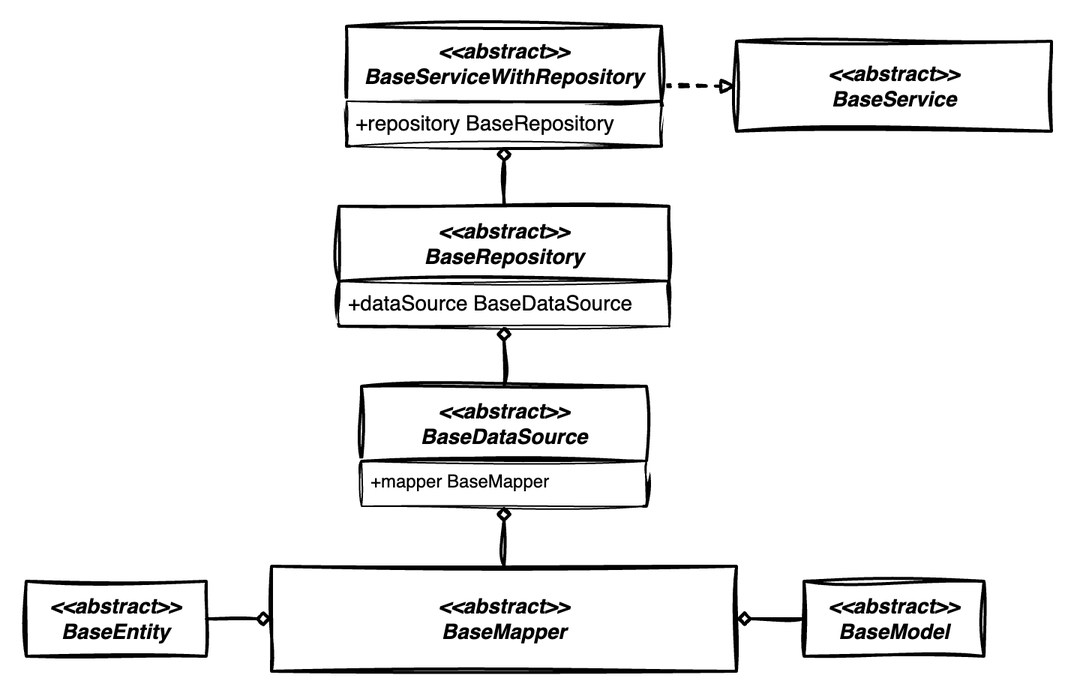
The draw.io diagram core.drawio.png in hamed-rezaee/flutter_component_architecture_poc, before a commit. Source tidied: cells renumbered, new cells last; positions are measured from the earlier drawing's top-left corner, leaving out a move shared by most shapes. The source it was exported from:
```xml
<mxGraphModel>
  <root>
    <mxCell id="0" />
    <mxCell id="1" parent="0" />
    <mxCell id="2" style="edgeStyle=orthogonalEdgeStyle;rounded=0;jettySize=auto;html=1;exitX=0;exitY=0.5;exitDx=0;exitDy=0;entryX=1;entryY=0.5;entryDx=0;entryDy=0;endArrow=diamond;endFill=0;sketch=1;curveFitting=1;jiggle=2;strokeWidth=2;" parent="1" edge="1" source="3" target="6">
      <mxGeometry relative="1" as="geometry" />
    </mxCell>
    <mxCell id="3" value="&lt;b style=&quot;border-color: var(--border-color);&quot;&gt;&lt;i style=&quot;border-color: var(--border-color);&quot;&gt;&amp;lt;&amp;lt;abstract&amp;gt;&amp;gt;&lt;br&gt;&lt;/i&gt;&lt;/b&gt;&lt;b&gt;&lt;i&gt;&lt;font style=&quot;font-size: 14px;&quot;&gt;BaseModel&lt;/font&gt;&lt;/i&gt;&lt;/b&gt;" style="rounded=0;whiteSpace=wrap;html=1;sketch=1;curveFitting=1;jiggle=2;fontSize=14;fontStyle=0;startSize=50;strokeWidth=2;shadow=0;dashed=0;arcSize=4;" parent="1" vertex="1">
      <mxGeometry x="518.5" y="370" width="120" height="50" as="geometry" />
    </mxCell>
    <mxCell id="4" style="edgeStyle=orthogonalEdgeStyle;rounded=0;jettySize=auto;html=1;exitX=1;exitY=0.5;exitDx=0;exitDy=0;entryX=0;entryY=0.5;entryDx=0;entryDy=0;endArrow=diamond;endFill=0;sketch=1;curveFitting=1;jiggle=2;strokeWidth=2;" parent="1" edge="1" source="5" target="6">
      <mxGeometry relative="1" as="geometry" />
    </mxCell>
    <mxCell id="5" value="&lt;b style=&quot;border-color: var(--border-color);&quot;&gt;&lt;i style=&quot;border-color: var(--border-color);&quot;&gt;&amp;lt;&amp;lt;abstract&amp;gt;&amp;gt;&lt;br&gt;&lt;/i&gt;&lt;/b&gt;&lt;b&gt;&lt;i&gt;&lt;font style=&quot;font-size: 14px;&quot;&gt;BaseEntity&lt;/font&gt;&lt;/i&gt;&lt;/b&gt;" style="rounded=0;whiteSpace=wrap;html=1;sketch=1;curveFitting=1;jiggle=2;fontSize=14;fontStyle=0;startSize=50;strokeWidth=2;shadow=0;dashed=0;arcSize=4;" parent="1" vertex="1">
      <mxGeometry y="370" width="120" height="50" as="geometry" />
    </mxCell>
    <mxCell id="6" value="&lt;b&gt;&lt;i&gt;&lt;font style=&quot;font-size: 14px;&quot;&gt;&amp;lt;&amp;lt;abstract&amp;gt;&amp;gt;&lt;br&gt;BaseMapper&lt;br&gt;&lt;/font&gt;&lt;/i&gt;&lt;/b&gt;" style="rounded=0;whiteSpace=wrap;html=1;sketch=1;curveFitting=1;jiggle=2;fontSize=14;fontStyle=0;startSize=50;strokeWidth=2;shadow=0;dashed=0;arcSize=4;" parent="1" vertex="1">
      <mxGeometry x="163.5" y="360" width="310" height="70" as="geometry" />
    </mxCell>
    <mxCell id="7" style="edgeStyle=orthogonalEdgeStyle;rounded=0;jettySize=auto;html=1;exitX=0.5;exitY=0;exitDx=0;exitDy=0;entryX=0.5;entryY=1;entryDx=0;entryDy=0;endArrow=diamond;endFill=0;sketch=1;curveFitting=1;jiggle=2;strokeWidth=2;" parent="1" edge="1" source="8" target="12">
      <mxGeometry relative="1" as="geometry" />
    </mxCell>
    <mxCell id="8" value="&lt;b style=&quot;border-color: var(--border-color); font-size: 12px;&quot;&gt;&lt;i style=&quot;border-color: var(--border-color);&quot;&gt;&lt;font style=&quot;border-color: var(--border-color); font-size: 14px;&quot;&gt;&amp;lt;&amp;lt;abstract&amp;gt;&amp;gt;&lt;br style=&quot;border-color: var(--border-color);&quot;&gt;BaseRepository&lt;/font&gt;&lt;/i&gt;&lt;/b&gt;" style="swimlane;horizontal=1;startSize=50;rounded=0;fontSize=14;fontStyle=0;strokeWidth=2;shadow=0;dashed=0;align=center;arcSize=4;whiteSpace=wrap;html=1;fillStyle=auto;sketch=1;curveFitting=1;jiggle=2;swimlaneFillColor=default;swimlaneLine=1;glass=0;" parent="1" vertex="1">
      <mxGeometry x="208.5" y="120" width="220" height="80" as="geometry" />
    </mxCell>
    <mxCell id="9" value="&lt;font style=&quot;font-size: 14px;&quot;&gt;+dataSource BaseDataSource&lt;/font&gt;" style="align=left;spacingLeft=4;fontSize=12;verticalAlign=top;html=1;sketch=1;curveFitting=1;jiggle=2;labelBackgroundColor=none;" parent="8" vertex="1">
      <mxGeometry y="50" width="220" height="30" as="geometry" />
    </mxCell>
    <mxCell id="10" style="edgeStyle=orthogonalEdgeStyle;rounded=0;jettySize=auto;html=1;exitX=1;exitY=0.5;exitDx=0;exitDy=0;entryX=0;entryY=0.5;entryDx=0;entryDy=0;endArrow=block;endFill=0;dashed=1;sketch=1;curveFitting=1;jiggle=2;strokeWidth=2;" parent="1" edge="1" source="11" target="17">
      <mxGeometry relative="1" as="geometry" />
    </mxCell>
    <mxCell id="11" value="&lt;b style=&quot;border-color: var(--border-color); font-size: 12px;&quot;&gt;&lt;i style=&quot;border-color: var(--border-color);&quot;&gt;&lt;font style=&quot;border-color: var(--border-color); font-size: 14px;&quot;&gt;&amp;lt;&amp;lt;abstract&amp;gt;&amp;gt;&lt;br style=&quot;border-color: var(--border-color);&quot;&gt;BaseServiceWithRepository&lt;/font&gt;&lt;/i&gt;&lt;/b&gt;" style="swimlane;horizontal=1;startSize=50;rounded=0;fontSize=14;fontStyle=0;strokeWidth=2;shadow=0;dashed=0;align=center;arcSize=4;whiteSpace=wrap;html=1;sketch=1;curveFitting=1;jiggle=2;swimlaneFillColor=default;" parent="1" vertex="1">
      <mxGeometry x="213.5" width="210" height="80" as="geometry" />
    </mxCell>
    <mxCell id="12" value="&lt;font style=&quot;font-size: 14px;&quot;&gt;+repository BaseRepository&lt;/font&gt;" style="align=left;spacingLeft=4;fontSize=12;verticalAlign=top;html=1;sketch=1;curveFitting=1;jiggle=2;" parent="11" vertex="1">
      <mxGeometry y="50" width="210" height="30" as="geometry" />
    </mxCell>
    <mxCell id="13" style="edgeStyle=orthogonalEdgeStyle;rounded=0;jettySize=auto;html=1;exitX=0.5;exitY=0;exitDx=0;exitDy=0;entryX=0.5;entryY=1;entryDx=0;entryDy=0;endArrow=diamond;endFill=0;sketch=1;curveFitting=1;jiggle=2;strokeWidth=2;" parent="1" edge="1" source="14" target="9">
      <mxGeometry relative="1" as="geometry" />
    </mxCell>
    <mxCell id="14" value="&lt;b style=&quot;border-color: var(--border-color);&quot;&gt;&lt;i style=&quot;border-color: var(--border-color);&quot;&gt;&amp;lt;&amp;lt;abstract&amp;gt;&amp;gt;&lt;br style=&quot;border-color: var(--border-color);&quot;&gt;BaseDataSource&lt;/i&gt;&lt;/b&gt;" style="swimlane;horizontal=1;startSize=50;rounded=0;fontSize=14;fontStyle=0;strokeWidth=2;shadow=0;dashed=0;align=center;arcSize=4;whiteSpace=wrap;html=1;fillStyle=auto;sketch=1;curveFitting=1;jiggle=2;swimlaneFillColor=default;swimlaneLine=1;glass=0;" parent="1" vertex="1">
      <mxGeometry x="223.5" y="240" width="190" height="80" as="geometry" />
    </mxCell>
    <mxCell id="15" value="+mapper BaseMapper" style="align=left;spacingLeft=4;fontSize=12;verticalAlign=top;html=1;sketch=1;curveFitting=1;jiggle=2;labelBackgroundColor=none;" parent="14" vertex="1">
      <mxGeometry y="50" width="190" height="30" as="geometry" />
    </mxCell>
    <mxCell id="16" style="edgeStyle=orthogonalEdgeStyle;rounded=0;jettySize=auto;html=1;exitX=0.5;exitY=0;exitDx=0;exitDy=0;endArrow=diamond;endFill=0;sketch=1;curveFitting=1;jiggle=2;strokeWidth=2;entryX=0.5;entryY=1;entryDx=0;entryDy=0;" parent="1" edge="1" source="6" target="15">
      <mxGeometry relative="1" as="geometry" />
    </mxCell>
    <mxCell id="17" value="&lt;b style=&quot;border-color: var(--border-color); font-size: 12px;&quot;&gt;&lt;i style=&quot;border-color: var(--border-color);&quot;&gt;&lt;font style=&quot;border-color: var(--border-color); font-size: 14px;&quot;&gt;&amp;lt;&amp;lt;abstract&amp;gt;&amp;gt;&lt;br style=&quot;border-color: var(--border-color);&quot;&gt;BaseService&lt;/font&gt;&lt;/i&gt;&lt;/b&gt;" style="swimlane;horizontal=1;startSize=80;rounded=0;fontSize=14;fontStyle=0;strokeWidth=2;shadow=0;dashed=0;align=center;arcSize=4;whiteSpace=wrap;html=1;sketch=1;curveFitting=1;jiggle=2;swimlaneFillColor=default;" parent="1" vertex="1">
      <mxGeometry x="473.5" y="10" width="210" height="60" as="geometry" />
    </mxCell>
  </root>
</mxGraphModel>
```
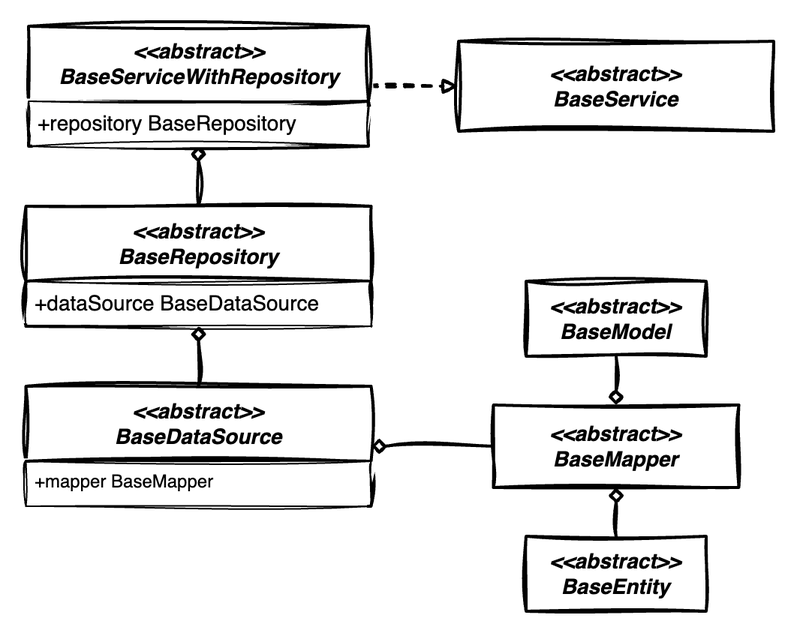
Above is the later version.

Diff of the diagram source:
```diff
@@ -2,53 +2,53 @@
   <root>
     <mxCell id="0" />
     <mxCell id="1" parent="0" />
-    <mxCell id="2" style="edgeStyle=orthogonalEdgeStyle;rounded=0;jettySize=auto;html=1;exitX=0;exitY=0.5;exitDx=0;exitDy=0;entryX=1;entryY=0.5;entryDx=0;entryDy=0;endArrow=diamond;endFill=0;sketch=1;curveFitting=1;jiggle=2;strokeWidth=2;" parent="1" edge="1" source="3" target="6">
+    <mxCell id="2" style="edgeStyle=orthogonalEdgeStyle;rounded=0;jettySize=auto;html=1;exitX=0.5;exitY=1;exitDx=0;exitDy=0;endArrow=diamond;endFill=0;sketch=1;curveFitting=1;jiggle=2;strokeWidth=2;entryX=0.5;entryY=0;entryDx=0;entryDy=0;" parent="1" edge="1" source="3" target="6">
       <mxGeometry relative="1" as="geometry" />
     </mxCell>
     <mxCell id="3" value="&lt;b style=&quot;border-color: var(--border-color);&quot;&gt;&lt;i style=&quot;border-color: var(--border-color);&quot;&gt;&amp;lt;&amp;lt;abstract&amp;gt;&amp;gt;&lt;br&gt;&lt;/i&gt;&lt;/b&gt;&lt;b&gt;&lt;i&gt;&lt;font style=&quot;font-size: 14px;&quot;&gt;BaseModel&lt;/font&gt;&lt;/i&gt;&lt;/b&gt;" style="rounded=0;whiteSpace=wrap;html=1;sketch=1;curveFitting=1;jiggle=2;fontSize=14;fontStyle=0;startSize=50;strokeWidth=2;shadow=0;dashed=0;arcSize=4;" parent="1" vertex="1">
-      <mxGeometry x="518.5" y="370" width="120" height="50" as="geometry" />
+      <mxGeometry x="535" y="170" width="120" height="50" as="geometry" />
     </mxCell>
-    <mxCell id="4" style="edgeStyle=orthogonalEdgeStyle;rounded=0;jettySize=auto;html=1;exitX=1;exitY=0.5;exitDx=0;exitDy=0;entryX=0;entryY=0.5;entryDx=0;entryDy=0;endArrow=diamond;endFill=0;sketch=1;curveFitting=1;jiggle=2;strokeWidth=2;" parent="1" edge="1" source="5" target="6">
-      <mxGeometry relative="1" as="geometry" />
-    </mxCell>
     <mxCell id="5" value="&lt;b style=&quot;border-color: var(--border-color);&quot;&gt;&lt;i style=&quot;border-color: var(--border-color);&quot;&gt;&amp;lt;&amp;lt;abstract&amp;gt;&amp;gt;&lt;br&gt;&lt;/i&gt;&lt;/b&gt;&lt;b&gt;&lt;i&gt;&lt;font style=&quot;font-size: 14px;&quot;&gt;BaseEntity&lt;/font&gt;&lt;/i&gt;&lt;/b&gt;" style="rounded=0;whiteSpace=wrap;html=1;sketch=1;curveFitting=1;jiggle=2;fontSize=14;fontStyle=0;startSize=50;strokeWidth=2;shadow=0;dashed=0;arcSize=4;" parent="1" vertex="1">
-      <mxGeometry y="370" width="120" height="50" as="geometry" />
+      <mxGeometry x="535" y="340" width="120" height="50" as="geometry" />
     </mxCell>
+    <mxCell id="18" style="edgeStyle=orthogonalEdgeStyle;rounded=0;jettySize=auto;html=1;entryX=1;entryY=0.5;entryDx=0;entryDy=0;endArrow=diamond;endFill=0;sketch=1;curveFitting=1;jiggle=2;strokeWidth=2;" parent="1" edge="1" source="6" target="14">
+      <mxGeometry relative="1" as="geometry" />
+    </mxCell>
     <mxCell id="6" value="&lt;b&gt;&lt;i&gt;&lt;font style=&quot;font-size: 14px;&quot;&gt;&amp;lt;&amp;lt;abstract&amp;gt;&amp;gt;&lt;br&gt;BaseMapper&lt;br&gt;&lt;/font&gt;&lt;/i&gt;&lt;/b&gt;" style="rounded=0;whiteSpace=wrap;html=1;sketch=1;curveFitting=1;jiggle=2;fontSize=14;fontStyle=0;startSize=50;strokeWidth=2;shadow=0;dashed=0;arcSize=4;" parent="1" vertex="1">
-      <mxGeometry x="163.5" y="360" width="310" height="70" as="geometry" />
+      <mxGeometry x="513.2" y="252.5" width="163.5" height="55" as="geometry" />
     </mxCell>
     <mxCell id="7" style="edgeStyle=orthogonalEdgeStyle;rounded=0;jettySize=auto;html=1;exitX=0.5;exitY=0;exitDx=0;exitDy=0;entryX=0.5;entryY=1;entryDx=0;entryDy=0;endArrow=diamond;endFill=0;sketch=1;curveFitting=1;jiggle=2;strokeWidth=2;" parent="1" edge="1" source="8" target="12">
       <mxGeometry relative="1" as="geometry" />
     </mxCell>
     <mxCell id="8" value="&lt;b style=&quot;border-color: var(--border-color); font-size: 12px;&quot;&gt;&lt;i style=&quot;border-color: var(--border-color);&quot;&gt;&lt;font style=&quot;border-color: var(--border-color); font-size: 14px;&quot;&gt;&amp;lt;&amp;lt;abstract&amp;gt;&amp;gt;&lt;br style=&quot;border-color: var(--border-color);&quot;&gt;BaseRepository&lt;/font&gt;&lt;/i&gt;&lt;/b&gt;" style="swimlane;horizontal=1;startSize=50;rounded=0;fontSize=14;fontStyle=0;strokeWidth=2;shadow=0;dashed=0;align=center;arcSize=4;whiteSpace=wrap;html=1;fillStyle=auto;sketch=1;curveFitting=1;jiggle=2;swimlaneFillColor=default;swimlaneLine=1;glass=0;" parent="1" vertex="1">
-      <mxGeometry x="208.5" y="120" width="220" height="80" as="geometry" />
+      <mxGeometry x="201.8" y="120" width="230" height="80" as="geometry" />
     </mxCell>
     <mxCell id="9" value="&lt;font style=&quot;font-size: 14px;&quot;&gt;+dataSource BaseDataSource&lt;/font&gt;" style="align=left;spacingLeft=4;fontSize=12;verticalAlign=top;html=1;sketch=1;curveFitting=1;jiggle=2;labelBackgroundColor=none;" parent="8" vertex="1">
-      <mxGeometry y="50" width="220" height="30" as="geometry" />
+      <mxGeometry y="50" width="230" height="30" as="geometry" />
     </mxCell>
     <mxCell id="10" style="edgeStyle=orthogonalEdgeStyle;rounded=0;jettySize=auto;html=1;exitX=1;exitY=0.5;exitDx=0;exitDy=0;entryX=0;entryY=0.5;entryDx=0;entryDy=0;endArrow=block;endFill=0;dashed=1;sketch=1;curveFitting=1;jiggle=2;strokeWidth=2;" parent="1" edge="1" source="11" target="17">
       <mxGeometry relative="1" as="geometry" />
     </mxCell>
-    <mxCell id="11" value="&lt;b style=&quot;border-color: var(--border-color); font-size: 12px;&quot;&gt;&lt;i style=&quot;border-color: var(--border-color);&quot;&gt;&lt;font style=&quot;border-color: var(--border-color); font-size: 14px;&quot;&gt;&amp;lt;&amp;lt;abstract&amp;gt;&amp;gt;&lt;br style=&quot;border-color: var(--border-color);&quot;&gt;BaseServiceWithRepository&lt;/font&gt;&lt;/i&gt;&lt;/b&gt;" style="swimlane;horizontal=1;startSize=50;rounded=0;fontSize=14;fontStyle=0;strokeWidth=2;shadow=0;dashed=0;align=center;arcSize=4;whiteSpace=wrap;html=1;sketch=1;curveFitting=1;jiggle=2;swimlaneFillColor=default;" parent="1" vertex="1">
-      <mxGeometry x="213.5" width="210" height="80" as="geometry" />
+    <mxCell id="11" value="&lt;b style=&quot;border-color: var(--border-color); font-size: 12px;&quot;&gt;&lt;i style=&quot;border-color: var(--border-color);&quot;&gt;&lt;font style=&quot;border-color: var(--border-color); font-size: 14px;&quot;&gt;&amp;lt;&amp;lt;abstract&amp;gt;&amp;gt;&lt;br style=&quot;border-color: var(--border-color);&quot;&gt;BaseServiceWithRepository&lt;/font&gt;&lt;/i&gt;&lt;/b&gt;" style="swimlane;horizontal=1;startSize=50;rounded=0;fontSize=14;fontStyle=0;strokeWidth=2;shadow=0;dashed=0;align=center;arcSize=4;whiteSpace=wrap;html=1;swimlaneFillColor=default;gradientColor=none;swimlaneHead=1;swimlaneLine=1;sketch=1;curveFitting=1;jiggle=2;" parent="1" vertex="1">
+      <mxGeometry x="203.5" width="226.5" height="80" as="geometry" />
     </mxCell>
     <mxCell id="12" value="&lt;font style=&quot;font-size: 14px;&quot;&gt;+repository BaseRepository&lt;/font&gt;" style="align=left;spacingLeft=4;fontSize=12;verticalAlign=top;html=1;sketch=1;curveFitting=1;jiggle=2;" parent="11" vertex="1">
-      <mxGeometry y="50" width="210" height="30" as="geometry" />
+      <mxGeometry y="50" width="226.5" height="30" as="geometry" />
     </mxCell>
     <mxCell id="13" style="edgeStyle=orthogonalEdgeStyle;rounded=0;jettySize=auto;html=1;exitX=0.5;exitY=0;exitDx=0;exitDy=0;entryX=0.5;entryY=1;entryDx=0;entryDy=0;endArrow=diamond;endFill=0;sketch=1;curveFitting=1;jiggle=2;strokeWidth=2;" parent="1" edge="1" source="14" target="9">
       <mxGeometry relative="1" as="geometry" />
     </mxCell>
     <mxCell id="14" value="&lt;b style=&quot;border-color: var(--border-color);&quot;&gt;&lt;i style=&quot;border-color: var(--border-color);&quot;&gt;&amp;lt;&amp;lt;abstract&amp;gt;&amp;gt;&lt;br style=&quot;border-color: var(--border-color);&quot;&gt;BaseDataSource&lt;/i&gt;&lt;/b&gt;" style="swimlane;horizontal=1;startSize=50;rounded=0;fontSize=14;fontStyle=0;strokeWidth=2;shadow=0;dashed=0;align=center;arcSize=4;whiteSpace=wrap;html=1;fillStyle=auto;sketch=1;curveFitting=1;jiggle=2;swimlaneFillColor=default;swimlaneLine=1;glass=0;" parent="1" vertex="1">
-      <mxGeometry x="223.5" y="240" width="190" height="80" as="geometry" />
+      <mxGeometry x="201.8" y="240" width="230" height="80" as="geometry" />
     </mxCell>
     <mxCell id="15" value="+mapper BaseMapper" style="align=left;spacingLeft=4;fontSize=12;verticalAlign=top;html=1;sketch=1;curveFitting=1;jiggle=2;labelBackgroundColor=none;" parent="14" vertex="1">
-      <mxGeometry y="50" width="190" height="30" as="geometry" />
+      <mxGeometry y="50" width="230" height="30" as="geometry" />
     </mxCell>
-    <mxCell id="16" style="edgeStyle=orthogonalEdgeStyle;rounded=0;jettySize=auto;html=1;exitX=0.5;exitY=0;exitDx=0;exitDy=0;endArrow=diamond;endFill=0;sketch=1;curveFitting=1;jiggle=2;strokeWidth=2;entryX=0.5;entryY=1;entryDx=0;entryDy=0;" parent="1" edge="1" source="6" target="15">
-      <mxGeometry relative="1" as="geometry" />
-    </mxCell>
     <mxCell id="17" value="&lt;b style=&quot;border-color: var(--border-color); font-size: 12px;&quot;&gt;&lt;i style=&quot;border-color: var(--border-color);&quot;&gt;&lt;font style=&quot;border-color: var(--border-color); font-size: 14px;&quot;&gt;&amp;lt;&amp;lt;abstract&amp;gt;&amp;gt;&lt;br style=&quot;border-color: var(--border-color);&quot;&gt;BaseService&lt;/font&gt;&lt;/i&gt;&lt;/b&gt;" style="swimlane;horizontal=1;startSize=80;rounded=0;fontSize=14;fontStyle=0;strokeWidth=2;shadow=0;dashed=0;align=center;arcSize=4;whiteSpace=wrap;html=1;sketch=1;curveFitting=1;jiggle=2;swimlaneFillColor=default;" parent="1" vertex="1">
-      <mxGeometry x="473.5" y="10" width="210" height="60" as="geometry" />
+      <mxGeometry x="490" y="10" width="210" height="60" as="geometry" />
     </mxCell>
+    <mxCell id="4" style="edgeStyle=orthogonalEdgeStyle;rounded=0;jettySize=auto;html=1;exitX=0.5;exitY=0;exitDx=0;exitDy=0;endArrow=diamond;endFill=0;sketch=1;curveFitting=1;jiggle=2;strokeWidth=2;entryX=0.5;entryY=1;entryDx=0;entryDy=0;" parent="1" edge="1" source="5" target="6">
+      <mxGeometry relative="1" as="geometry" />
+    </mxCell>
   </root>
 </mxGraphModel>
```
